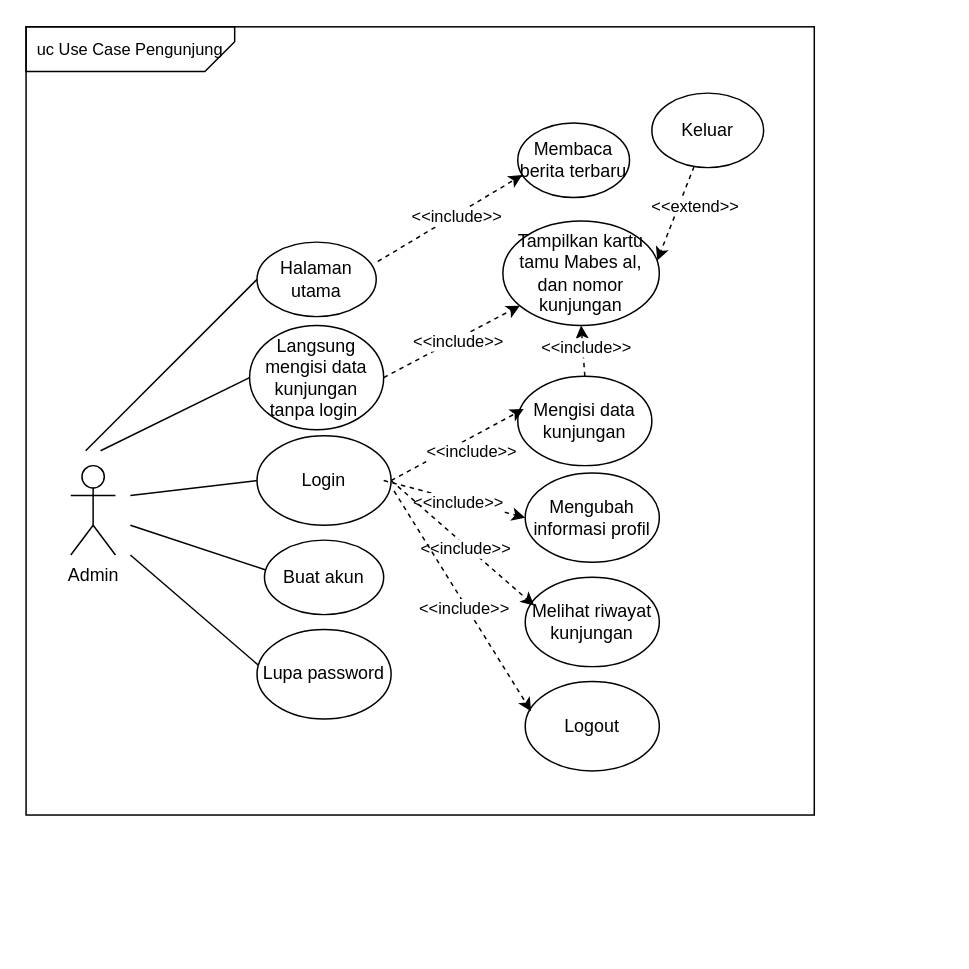
This is page "Page-1" (1 of 4) of gambar gambar/user use case diagram.drawio from dzreexx/Full-files-skripsi, a draw.io file, before an edit. Source tidied: cells renumbered, new cells numbered last; positions are measured from the earlier drawing's top-left corner, leaving out a move shared by most shapes. Both pictures are drawn from the tidied source at 149%, with x=0, y=0 at pixel (25, 25).
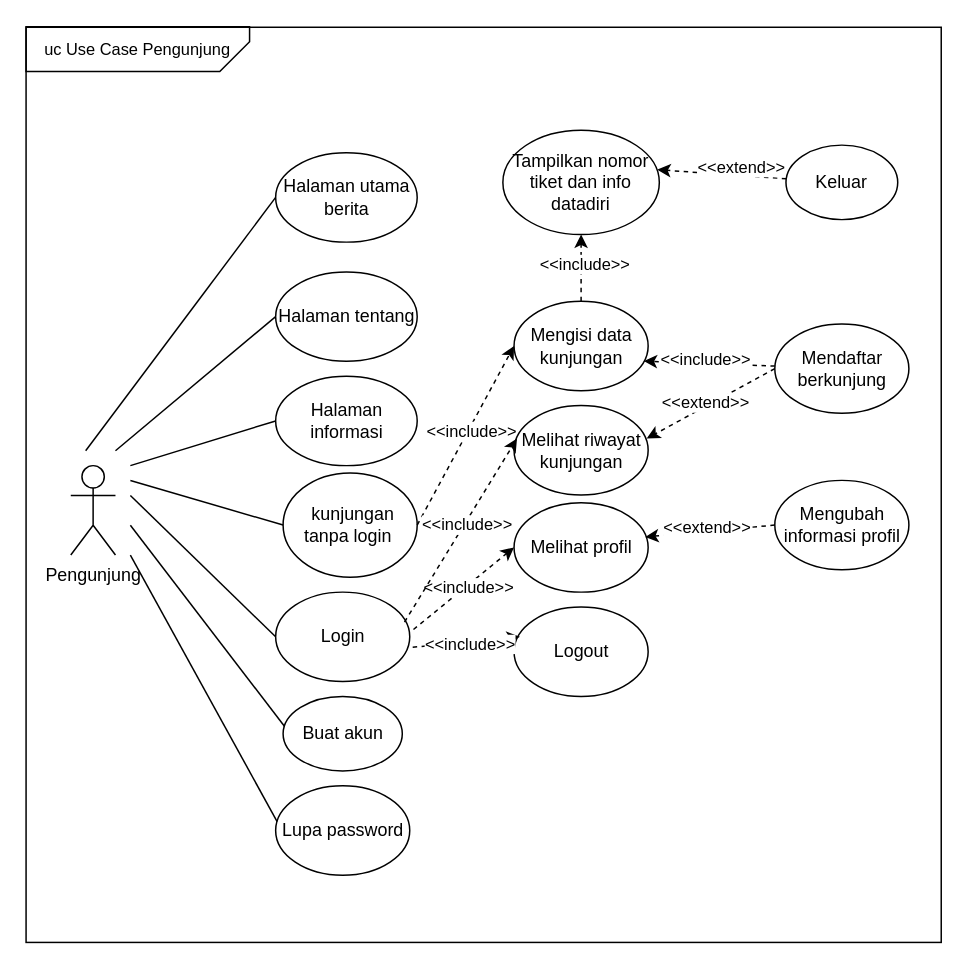
The same page after the edit.

What changed in the source:
```diff
@@
-    <mxCell id="2" value="Admin" style="shape=umlActor;verticalLabelPosition=bottom;verticalAlign=top;html=1;rounded=1;" parent="1" vertex="1">
+    <mxCell id="2" value="Pengunjung" style="shape=umlActor;verticalLabelPosition=bottom;verticalAlign=top;html=1;rounded=1;" parent="1" vertex="1">
       <mxGeometry x="30" y="295" width="30" height="60" as="geometry" />
     </mxCell>
     <mxCell id="3" value="Mengisi data kunjungan" style="ellipse;whiteSpace=wrap;html=1;rounded=1;" parent="1" vertex="1">
-      <mxGeometry x="330" y="235" width="90" height="60" as="geometry" />
+      <mxGeometry x="327.5" y="184.7" width="90" height="60" as="geometry" />
     </mxCell>
-    <mxCell id="4" value="Tampilkan kartu tamu Mabes al,&lt;div&gt;dan nomor kunjungan&lt;/div&gt;" style="ellipse;whiteSpace=wrap;html=1;rounded=1;" parent="1" vertex="1">
-      <mxGeometry x="320" y="130.9" width="105" height="70" as="geometry" />
+    <mxCell id="4" value="Tampilkan nomor tiket dan info datadiri" style="ellipse;whiteSpace=wrap;html=1;rounded=1;" parent="1" vertex="1">
+      <mxGeometry x="320" y="69.9" width="105" height="70" as="geometry" />
     </mxCell>
@@
-    <mxCell id="7" value="Langsung mengisi data kunjungan tanpa login&amp;nbsp;" style="ellipse;whiteSpace=wrap;html=1;rounded=1;" parent="1" vertex="1">
-      <mxGeometry x="150" y="200.9" width="90" height="70" as="geometry" />
+    <mxCell id="7" value="&amp;nbsp;kunjungan tanpa login&amp;nbsp;" style="ellipse;whiteSpace=wrap;html=1;rounded=1;" parent="1" vertex="1">
+      <mxGeometry x="172.5" y="299.9" width="90" height="70" as="geometry" />
     </mxCell>
     <mxCell id="8" value="Keluar" style="ellipse;whiteSpace=wrap;html=1;rounded=1;" parent="1" vertex="1">
-      <mxGeometry x="420" y="45" width="75" height="50" as="geometry" />
+      <mxGeometry x="510" y="79.9" width="75" height="50" as="geometry" />
     </mxCell>
@@
     <mxCell id="11" style="endArrow=none;html=1;rounded=0;entryX=0;entryY=0.5;entryDx=0;entryDy=0;" parent="1" edge="1" target="7">
       <mxGeometry relative="1" as="geometry">
-        <mxPoint x="50" y="285" as="sourcePoint" />
+        <mxPoint x="70" y="305" as="sourcePoint" />
       </mxGeometry>
     </mxCell>
-    <mxCell id="12" style="endArrow=classic;html=1;rounded=1;exitX=1;exitY=0.5;exitDx=0;exitDy=0;dashed=1;" parent="1" edge="1" source="7" target="4">
+    <mxCell id="12" style="endArrow=classic;html=1;rounded=1;exitX=1;exitY=0.5;exitDx=0;exitDy=0;dashed=1;entryX=0;entryY=0.5;entryDx=0;entryDy=0;" parent="1" edge="1" source="7" target="3">
       <mxGeometry relative="1" as="geometry" />
     </mxCell>
@@
-    <mxCell id="14" value="Mengubah informasi profil" style="ellipse;whiteSpace=wrap;html=1;rounded=1;" parent="1" vertex="1">
-      <mxGeometry x="335" y="299.9" width="90" height="60" as="geometry" />
+    <mxCell id="14" value="Melihat profil" style="ellipse;whiteSpace=wrap;html=1;rounded=1;" parent="1" vertex="1">
+      <mxGeometry x="327.5" y="319.9" width="90" height="60" as="geometry" />
     </mxCell>
     <mxCell id="15" value="Login" style="ellipse;whiteSpace=wrap;html=1;rounded=1;" parent="1" vertex="1">
-      <mxGeometry x="155" y="275" width="90" height="60" as="geometry" />
+      <mxGeometry x="167.5" y="379.9" width="90" height="60" as="geometry" />
     </mxCell>
     <mxCell id="16" value="Buat akun" style="ellipse;whiteSpace=wrap;html=1;rounded=1;" parent="1" vertex="1">
-      <mxGeometry x="160" y="345" width="80" height="50" as="geometry" />
+      <mxGeometry x="172.5" y="449.9" width="80" height="50" as="geometry" />
     </mxCell>
@@
     <mxCell id="18" value="Melihat riwayat kunjungan" style="ellipse;whiteSpace=wrap;html=1;rounded=1;" parent="1" vertex="1">
-      <mxGeometry x="335" y="369.9" width="90" height="60" as="geometry" />
+      <mxGeometry x="327.5" y="254.7" width="90" height="60" as="geometry" />
     </mxCell>
     <mxCell id="19" style="endArrow=classic;html=1;rounded=1;entryX=0;entryY=0.5;entryDx=0;entryDy=0;dashed=1;" parent="1" edge="1" target="14">
       <mxGeometry relative="1" as="geometry">
-        <mxPoint x="240" y="305" as="sourcePoint" />
+        <mxPoint x="260" y="405" as="sourcePoint" />
       </mxGeometry>
     </mxCell>
@@
-    <mxCell id="21" style="endArrow=classic;html=1;rounded=1;dashed=1;exitX=1;exitY=0.5;exitDx=0;exitDy=0;entryX=0.067;entryY=0.317;entryDx=0;entryDy=0;entryPerimeter=0;" parent="1" edge="1" source="15" target="18">
+    <mxCell id="21" style="endArrow=classic;html=1;rounded=1;dashed=1;exitX=0.961;exitY=0.335;exitDx=0;exitDy=0;entryX=0.022;entryY=0.369;entryDx=0;entryDy=0;entryPerimeter=0;exitPerimeter=0;" parent="1" edge="1" source="15" target="18">
       <mxGeometry relative="1" as="geometry" />
     </mxCell>
@@
-    <mxCell id="23" style="endArrow=classic;html=1;rounded=1;exitX=1;exitY=0.5;exitDx=0;exitDy=0;entryX=0.044;entryY=0.367;entryDx=0;entryDy=0;dashed=1;entryPerimeter=0;" parent="1" edge="1" source="15" target="3">
-      <mxGeometry relative="1" as="geometry" />
-    </mxCell>
-    <mxCell id="24" value="&amp;lt;&amp;lt;include&amp;gt;&amp;gt;" style="edgeLabel;html=1;align=center;verticalAlign=middle;rounded=1;" parent="23" vertex="1">
-      <mxGeometry x="0.06" y="-2" relative="1" as="geometry">
-        <mxPoint x="5" y="4" as="offset" />
-      </mxGeometry>
-    </mxCell>
     <mxCell id="25" value="Lupa password" style="ellipse;whiteSpace=wrap;html=1;rounded=1;" parent="1" vertex="1">
-      <mxGeometry x="155" y="405" width="90" height="60" as="geometry" />
+      <mxGeometry x="167.5" y="509.9" width="90" height="60" as="geometry" />
     </mxCell>
@@
-    <mxCell id="27" value="Halaman utama" style="ellipse;whiteSpace=wrap;html=1;rounded=1;" parent="1" vertex="1">
-      <mxGeometry x="155" y="145" width="80" height="50" as="geometry" />
+    <mxCell id="27" value="Halaman utama berita" style="ellipse;whiteSpace=wrap;html=1;rounded=1;" parent="1" vertex="1">
+      <mxGeometry x="167.5" y="85" width="95" height="60" as="geometry" />
     </mxCell>
@@
     <mxCell id="30" value="Logout" style="ellipse;whiteSpace=wrap;html=1;rounded=1;" parent="1" vertex="1">
-      <mxGeometry x="335" y="439.9" width="90" height="60" as="geometry" />
+      <mxGeometry x="327.5" y="389.9" width="90" height="60" as="geometry" />
     </mxCell>
@@
-    <mxCell id="33" value="Membaca berita terbaru" style="ellipse;whiteSpace=wrap;html=1;rounded=1;" parent="1" vertex="1">
-      <mxGeometry x="330" y="65" width="75" height="50" as="geometry" />
-    </mxCell>
-    <mxCell id="34" style="endArrow=classic;html=1;rounded=1;exitX=1.013;exitY=0.26;exitDx=0;exitDy=0;entryX=0.04;entryY=0.7;entryDx=0;entryDy=0;dashed=1;entryPerimeter=0;exitPerimeter=0;" parent="1" edge="1" source="27" target="33">
-      <mxGeometry relative="1" as="geometry" />
-    </mxCell>
-    <mxCell id="35" value="&amp;lt;&amp;lt;include&amp;gt;&amp;gt;" style="edgeLabel;html=1;align=center;verticalAlign=middle;rounded=1;" parent="34" vertex="1">
-      <mxGeometry x="0.06" y="-2" relative="1" as="geometry">
-        <mxPoint y="-1" as="offset" />
-      </mxGeometry>
-    </mxCell>
     <mxCell id="36" style="whiteSpace=wrap;html=1;fillColor=none;" parent="1" vertex="1">
-      <mxGeometry y="0.5" width="529" height="529" as="geometry" />
+      <mxGeometry y="0.8" width="614.2" height="614.2" as="geometry" />
     </mxCell>
     <mxCell id="37" value="&lt;font style=&quot;font-size: 11px;&quot;&gt;uc Use Case Pengunjung&lt;/font&gt;" style="shape=card;whiteSpace=wrap;html=1;fillColor=none;flipH=1;size=20;flipV=1;" parent="1" vertex="1">
-      <mxGeometry y="0.5" width="140" height="30" as="geometry" />
+      <mxGeometry y="0.5" width="150" height="30" as="geometry" />
     </mxCell>
+    <mxCell id="38" value="Halaman tentang" style="ellipse;whiteSpace=wrap;html=1;rounded=1;" parent="1" vertex="1">
+      <mxGeometry x="167.5" y="165" width="95" height="60" as="geometry" />
+    </mxCell>
+    <mxCell id="39" style="endArrow=none;html=1;rounded=0;entryX=0;entryY=0.5;entryDx=0;entryDy=0;" parent="1" edge="1" target="38">
+      <mxGeometry relative="1" as="geometry">
+        <mxPoint x="60" y="285" as="sourcePoint" />
+      </mxGeometry>
+    </mxCell>
+    <mxCell id="40" value="Halaman informasi" style="ellipse;whiteSpace=wrap;html=1;rounded=1;" parent="1" vertex="1">
+      <mxGeometry x="167.5" y="235" width="95" height="60" as="geometry" />
+    </mxCell>
+    <mxCell id="41" style="endArrow=none;html=1;rounded=0;entryX=0;entryY=0.5;entryDx=0;entryDy=0;" parent="1" edge="1" target="40">
+      <mxGeometry relative="1" as="geometry">
+        <mxPoint x="70" y="295" as="sourcePoint" />
+      </mxGeometry>
+    </mxCell>
+    <mxCell id="42" value="Mendaftar berkunjung" style="ellipse;whiteSpace=wrap;html=1;rounded=1;" parent="1" vertex="1">
+      <mxGeometry x="502.5" y="199.9" width="90" height="60" as="geometry" />
+    </mxCell>
+    <mxCell id="43" style="endArrow=classic;html=1;rounded=1;dashed=1;entryX=0.989;entryY=0.369;entryDx=0;entryDy=0;entryPerimeter=0;exitX=0;exitY=0.5;exitDx=0;exitDy=0;" parent="1" edge="1" source="42" target="18">
+      <mxGeometry relative="1" as="geometry" />
+    </mxCell>
+    <mxCell id="44" value="&amp;lt;&amp;lt;extend&amp;gt;&amp;gt;" style="edgeLabel;html=1;align=center;verticalAlign=middle;rounded=1;" parent="43" vertex="1">
+      <mxGeometry x="0.06" y="-2" relative="1" as="geometry">
+        <mxPoint y="-1" as="offset" />
+      </mxGeometry>
+    </mxCell>
+    <mxCell id="45" style="endArrow=classic;html=1;rounded=1;dashed=1;entryX=0.967;entryY=0.669;entryDx=0;entryDy=0;entryPerimeter=0;" parent="1" edge="1" source="42" target="3">
+      <mxGeometry relative="1" as="geometry" />
+    </mxCell>
+    <mxCell id="46" value="&amp;lt;&amp;lt;include&amp;gt;&amp;gt;" style="edgeLabel;html=1;align=center;verticalAlign=middle;rounded=1;" parent="45" vertex="1">
+      <mxGeometry x="0.06" y="-2" relative="1" as="geometry">
+        <mxPoint y="-1" as="offset" />
+      </mxGeometry>
+    </mxCell>
+    <mxCell id="47" value="Mengubah informasi profil" style="ellipse;whiteSpace=wrap;html=1;rounded=1;" parent="1" vertex="1">
+      <mxGeometry x="502.5" y="304.9" width="90" height="60" as="geometry" />
+    </mxCell>
+    <mxCell id="48" style="endArrow=classic;html=1;rounded=1;entryX=0.978;entryY=0.383;entryDx=0;entryDy=0;dashed=1;entryPerimeter=0;exitX=0;exitY=0.5;exitDx=0;exitDy=0;" parent="1" edge="1" source="47" target="14">
+      <mxGeometry relative="1" as="geometry" />
+    </mxCell>
+    <mxCell id="49" value="&amp;lt;&amp;lt;extend&amp;gt;&amp;gt;" style="edgeLabel;html=1;align=center;verticalAlign=middle;rounded=1;" parent="48" vertex="1">
+      <mxGeometry x="0.06" y="-2" relative="1" as="geometry">
+        <mxPoint y="-1" as="offset" />
+      </mxGeometry>
+    </mxCell>
```
